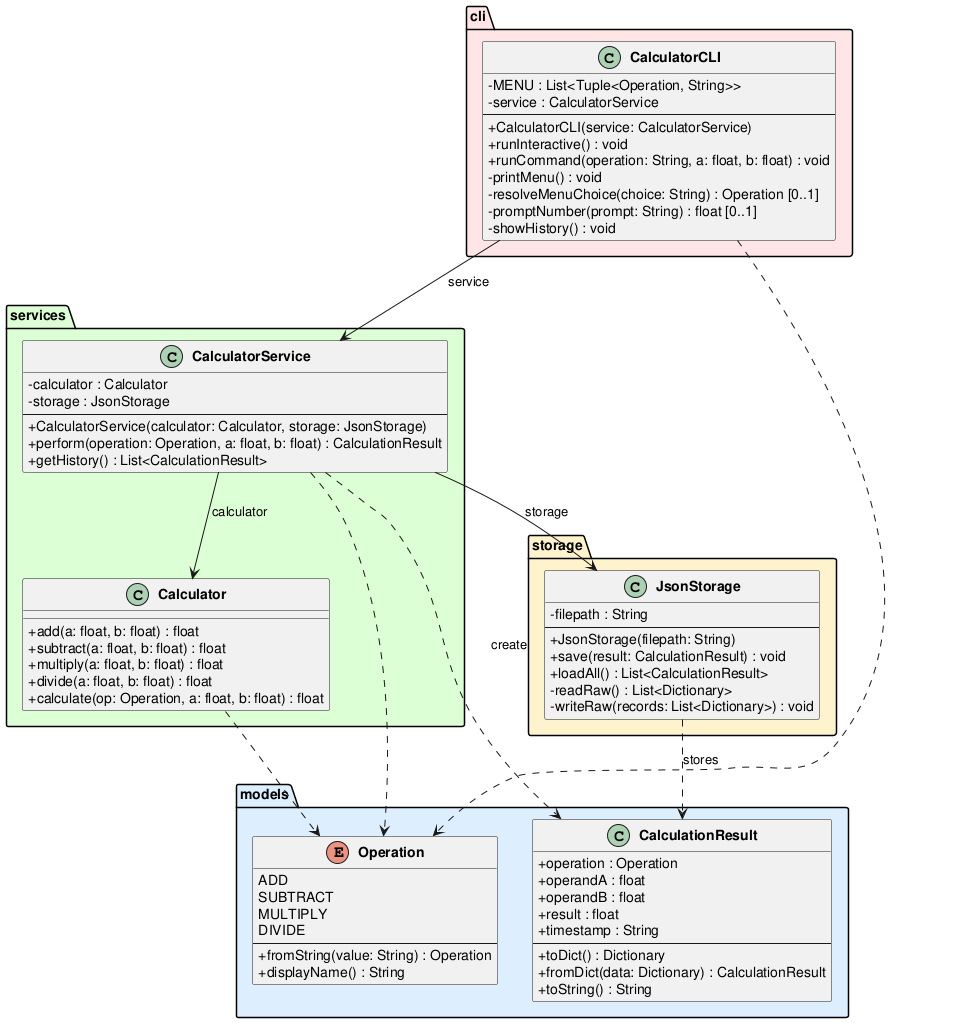
Before: experiments/pipeline/test_driven/calculator/artifacts/class_diagram.png, a diagram exported from PlantUML (DanielRiha8906/Software_autoevolution_using_agents). The source it was exported from:
```plantuml
@startuml class_diagram

skinparam classAttributeIconSize 0
skinparam classFontStyle bold

package "models" #DDEEFF {
    enum Operation {
        ADD
        SUBTRACT
        MULTIPLY
        DIVIDE
        --
        +fromString(value: String) : Operation
        +displayName() : String
    }

    class CalculationResult {
        +operation : Operation
        +operandA : float
        +operandB : float
        +result : float
        +timestamp : String
        --
        +toDict() : Dictionary
        +fromDict(data: Dictionary) : CalculationResult
        +toString() : String
    }
}

package "services" #DDFFD4 {
    class Calculator {
        +add(a: float, b: float) : float
        +subtract(a: float, b: float) : float
        +multiply(a: float, b: float) : float
        +divide(a: float, b: float) : float
        +calculate(op: Operation, a: float, b: float) : float
    }

    class CalculatorService {
        -calculator : Calculator
        -storage : JsonStorage
        --
        +CalculatorService(calculator: Calculator, storage: JsonStorage)
        +perform(operation: Operation, a: float, b: float) : CalculationResult
        +getHistory() : List<CalculationResult>
    }
}

package "storage" #FFF3CC {
    class JsonStorage {
        -filepath : String
        --
        +JsonStorage(filepath: String)
        +save(result: CalculationResult) : void
        +loadAll() : List<CalculationResult>
        -readRaw() : List<Dictionary>
        -writeRaw(records: List<Dictionary>) : void
    }
}

package "cli" #FFE5E5 {
    class CalculatorCLI {
        -MENU : List<Tuple<Operation, String>>
        -service : CalculatorService
        --
        +CalculatorCLI(service: CalculatorService)
        +runInteractive() : void
        +runCommand(operation: String, a: float, b: float) : void
        -printMenu() : void
        -resolveMenuChoice(choice: String) : Operation [0..1]
        -promptNumber(prompt: String) : float [0..1]
        -showHistory() : void
    }
}

CalculatorCLI --> CalculatorService : service
CalculatorService --> Calculator : calculator
CalculatorService --> JsonStorage : storage

CalculatorService ..> CalculationResult : create
CalculatorService ..> Operation
CalculatorCLI ..> Operation
Calculator ..> Operation
JsonStorage ..> CalculationResult : stores

@enduml
```
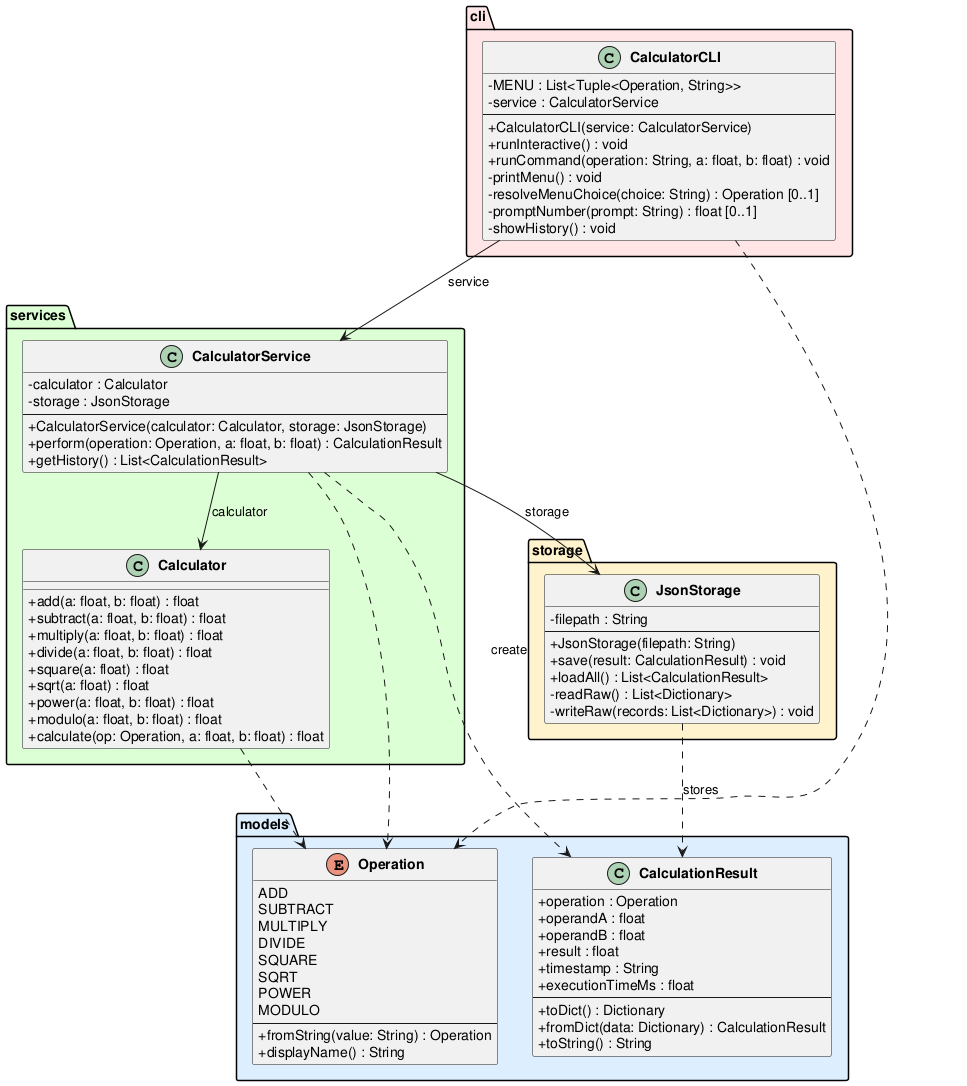
After the change.

Change to the diagram source:
```diff
@@ -9,6 +9,10 @@
         SUBTRACT
         MULTIPLY
         DIVIDE
+        SQUARE
+        SQRT
+        POWER
+        MODULO
         --
         +fromString(value: String) : Operation
         +displayName() : String
@@ -20,6 +24,7 @@
         +operandB : float
         +result : float
         +timestamp : String
+        +executionTimeMs : float
         --
         +toDict() : Dictionary
         +fromDict(data: Dictionary) : CalculationResult
@@ -33,6 +38,10 @@
         +subtract(a: float, b: float) : float
         +multiply(a: float, b: float) : float
         +divide(a: float, b: float) : float
+        +square(a: float) : float
+        +sqrt(a: float) : float
+        +power(a: float, b: float) : float
+        +modulo(a: float, b: float) : float
         +calculate(op: Operation, a: float, b: float) : float
     }
 
```
